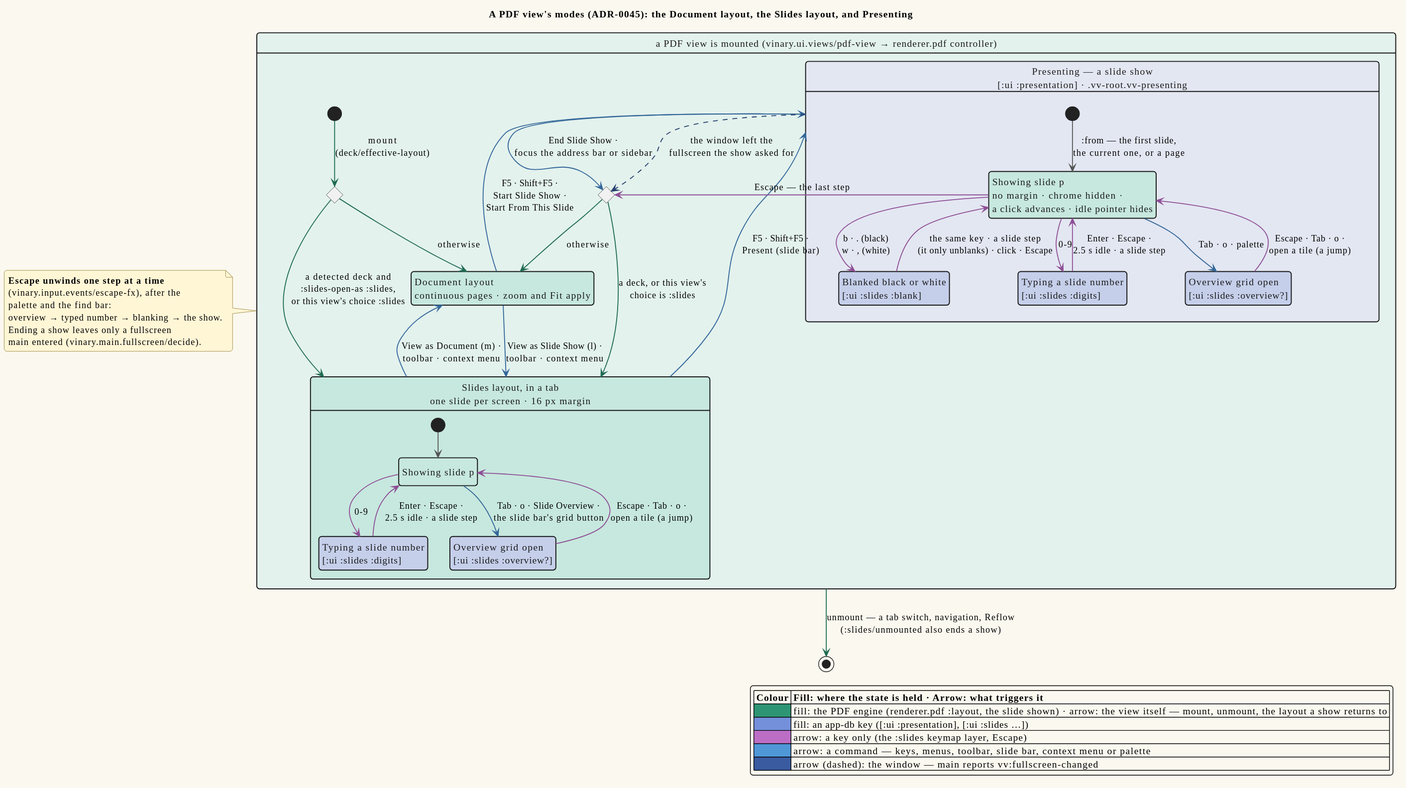
Earlier version of the PlantUML export docs/diagrams/state-slides-modes.svg (vinary-tree/vinary-viewer).
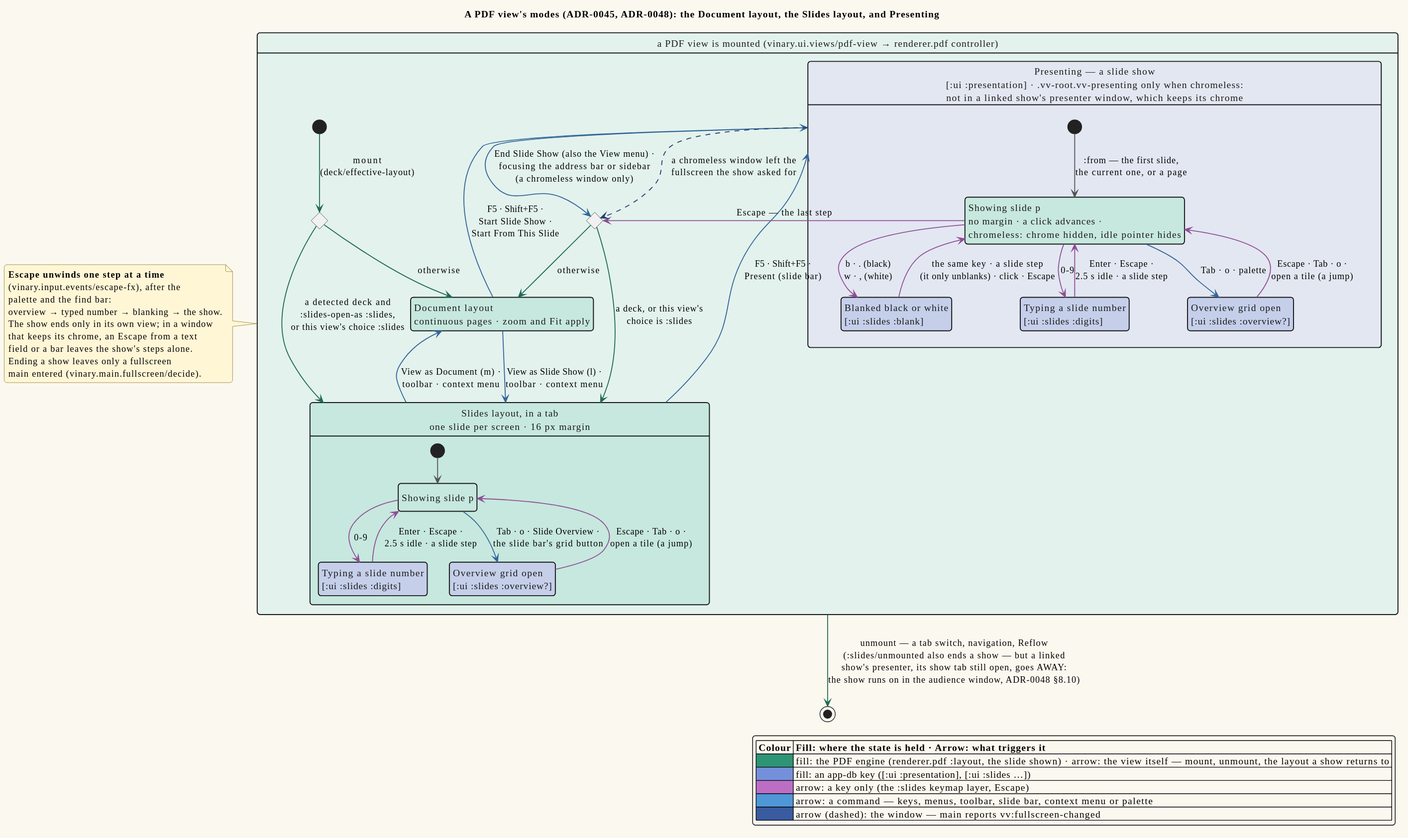
The same file after the commit.

What changed in the source:
```diff
@@ -1,7 +1,7 @@
 @startuml
 !include _vv-theme.iuml
 
-title A PDF view's modes (ADR-0045): the Document layout, the Slides layout, and Presenting
+title A PDF view's modes (ADR-0045, ADR-0048): the Document layout, the Slides layout, and Presenting
 
 hide empty description
 skinparam state {
@@ -23,8 +23,8 @@
     SOver -[KEYMAP_BORDER]-> SShow : Escape · Tab · o ·\nopen a tile (a jump)
   }
 
-  state "Presenting — a slide show\n[:ui :presentation] · .vv-root.vv-presenting" as Present APPDB_FILL {
-    state "Showing slide p\nno margin · chrome hidden ·\na click advances · idle pointer hides" as PShow RENDERER_TINT
+  state "Presenting — a slide show\n[:ui :presentation] · .vv-root.vv-presenting only when chromeless:\nnot in a linked show's presenter window, which keeps its chrome" as Present APPDB_FILL {
+    state "Showing slide p\nno margin · a click advances ·\nchromeless: chrome hidden, idle pointer hides" as PShow RENDERER_TINT
     state "Blanked black or white\n[:ui :slides :blank]" as PBlank APPDB_TINT
     state "Typing a slide number\n[:ui :slides :digits]" as PDigits APPDB_TINT
     state "Overview grid open\n[:ui :slides :overview?]" as POver APPDB_TINT
@@ -50,19 +50,22 @@
   Slides -[REFRAME_BORDER]-> Present : F5 · Shift+F5 ·\nPresent (slide bar)
 
   PShow -[KEYMAP_BORDER]-> stopChoice : Escape — the last step
-  Present -[REFRAME_BORDER]-> stopChoice : End Slide Show ·\nfocus the address bar or sidebar
-  Present -[MAIN_BORDER,dashed]-> stopChoice : the window left the\nfullscreen the show asked for
+  Present -[REFRAME_BORDER]-> stopChoice : End Slide Show (also the View menu) ·\nfocusing the address bar or sidebar\n(a chromeless window only)
+  Present -[MAIN_BORDER,dashed]-> stopChoice : a chromeless window left the\nfullscreen the show asked for
   stopChoice -[RENDERER_BORDER]-> Slides : a deck, or this view's\nchoice is :slides
   stopChoice -[RENDERER_BORDER]-> Document : otherwise
 }
 
-View -[RENDERER_BORDER]-> [*] : unmount — a tab switch, navigation, Reflow\n(:slides/unmounted also ends a show)
+View -[RENDERER_BORDER]-> [*] : unmount — a tab switch, navigation, Reflow\n(:slides/unmounted also ends a show — but a linked\nshow's presenter, its show tab still open, goes AWAY:\nthe show runs on in the audience window, ADR-0048 §8.10)
 
 note left of View #FFF6D6
   **Escape unwinds one step at a time**
   (vinary.input.events/escape-fx), after the
   palette and the find bar:
   overview → typed number → blanking → the show.
+  The show ends only in its own view; in a window
+  that keeps its chrome, an Escape from a text
+  field or a bar leaves the show's steps alone.
   Ending a show leaves only a fullscreen
   main entered (vinary.main.fullscreen/decide).
 end note
```
